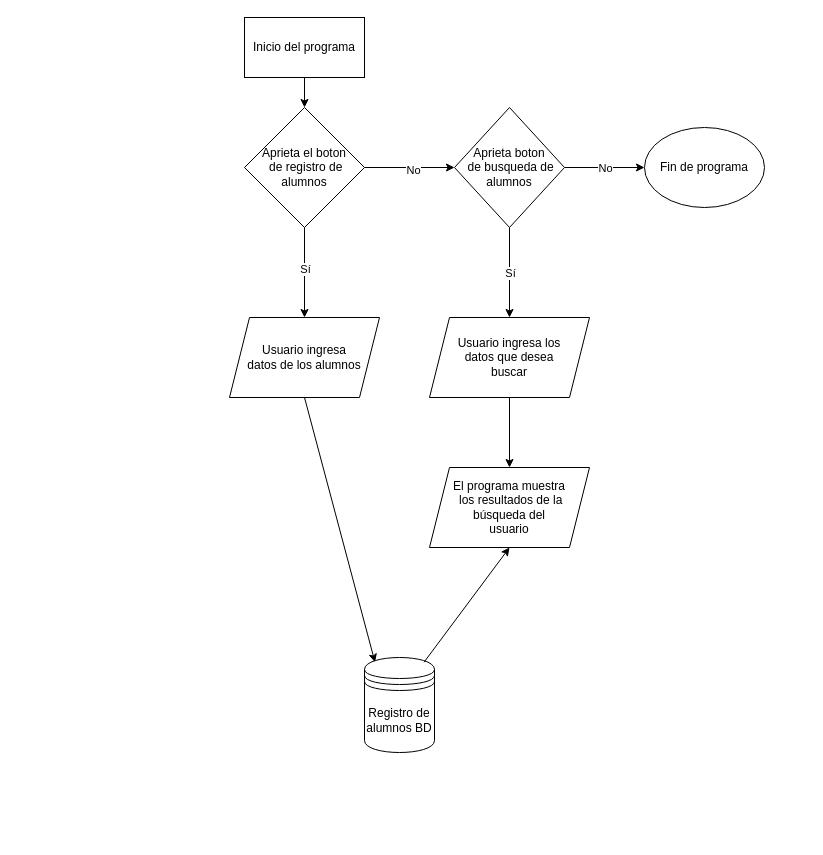
The draw.io diagram Archivos trabajo integrador/Diagrama registro de alumnos.drawio in NovalisGG/trabajoIntegrador, before the edit. Source tidied: cells renumbered, new cells numbered last; positions are measured from the earlier drawing's top-left corner, leaving out a move shared by most shapes. Both pictures are drawn from the tidied source at 100%, with x=0, y=0 at pixel (229, 17).
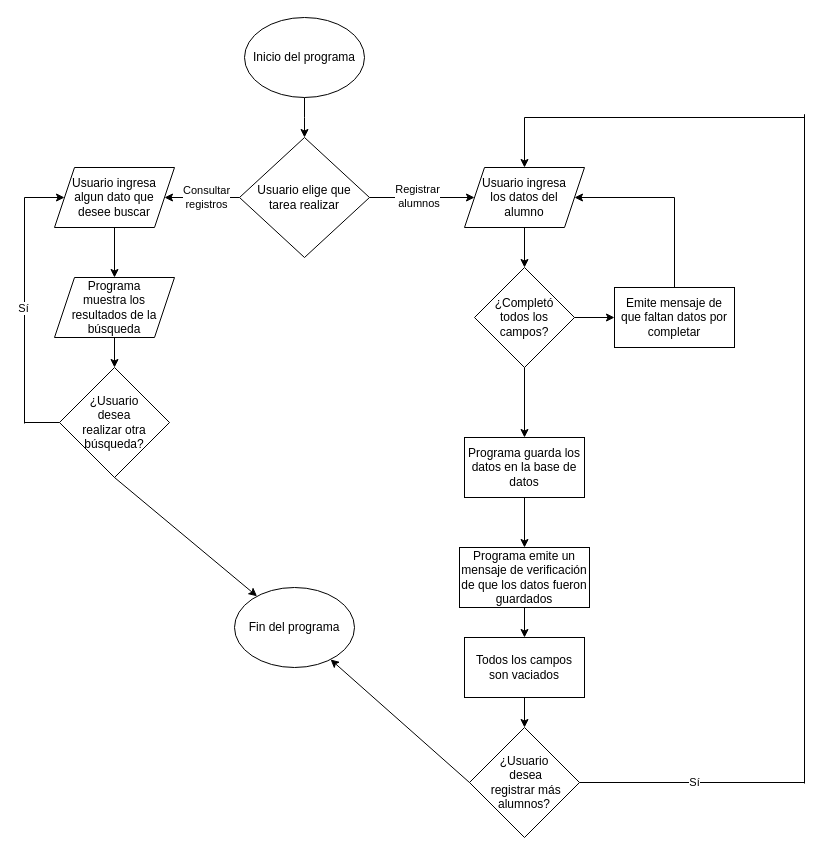
Above is the later version.

Change to the diagram source:
```diff
@@
-<mxGraphModel>
+<mxGraphModel background="#ffffff">
@@
+    <mxCell id="22" style="endArrow=none;html=1;rounded=0;" parent="1" edge="1">
+      <mxGeometry relative="1" as="geometry">
+        <mxPoint x="-205" y="406" as="sourcePoint" />
+        <mxPoint x="-205" y="180" as="targetPoint" />
+      </mxGeometry>
+    </mxCell>
-    <mxCell id="2" style="edgeStyle=orthogonalEdgeStyle;rounded=0;jettySize=auto;html=1;" parent="1" edge="1" source="3" target="6">
-      <mxGeometry relative="1" as="geometry" />
+    <mxCell id="2" style="edgeStyle=orthogonalEdgeStyle;rounded=0;jettySize=auto;html=1;" parent="1" edge="1" source="3">
+      <mxGeometry relative="1" as="geometry">
+        <mxPoint x="75" y="120" as="targetPoint" />
+      </mxGeometry>
     </mxCell>
-    <mxCell id="3" value="Inicio del programa" style="rounded=0;whiteSpace=wrap;html=1;" parent="1" vertex="1">
-      <mxGeometry x="15" width="120" height="60" as="geometry" />
+    <mxCell id="3" value="Inicio del programa" style="ellipse;whiteSpace=wrap;html=1;" parent="1" vertex="1">
+      <mxGeometry x="15" width="120" height="80" as="geometry" />
     </mxCell>
-    <mxCell id="4" style="edgeStyle=orthogonalEdgeStyle;rounded=0;jettySize=auto;html=1;" parent="1" edge="1" source="6" target="7">
-      <mxGeometry relative="1" as="geometry" />
-    </mxCell>
-    <mxCell id="5" value="No" style="edgeLabel;html=1;align=center;verticalAlign=middle;" parent="4" vertex="1">
-      <mxGeometry x="0.06" y="-2" relative="1" as="geometry" />
-    </mxCell>
-    <mxCell id="6" value="Aprieta el boton&lt;br&gt;&amp;nbsp;de registro de&lt;br&gt;alumnos" style="rhombus;whiteSpace=wrap;html=1;rounded=0;" parent="1" vertex="1">
-      <mxGeometry x="15" y="90" width="120" height="120" as="geometry" />
-    </mxCell>
-    <mxCell id="7" value="Aprieta boton&lt;br&gt;&amp;nbsp;de busqueda de alumnos" style="rhombus;whiteSpace=wrap;html=1;rounded=0;" parent="1" vertex="1">
-      <mxGeometry x="225" y="90" width="110" height="120" as="geometry" />
-    </mxCell>
-    <mxCell id="8" value="Usuario ingresa &lt;br&gt;datos de los alumnos" style="shape=parallelogram;perimeter=parallelogramPerimeter;whiteSpace=wrap;html=1;fixedSize=1;" parent="1" vertex="1">
-      <mxGeometry y="300" width="150" height="80" as="geometry" />
-    </mxCell>
-    <mxCell id="9" style="endArrow=classic;html=1;rounded=0;exitX=0.5;exitY=1;exitDx=0;exitDy=0;entryX=0.5;entryY=0;entryDx=0;entryDy=0;" parent="1" edge="1" source="6" target="8">
-      <mxGeometry relative="1" as="geometry" />
-    </mxCell>
-    <mxCell id="10" value="Sí" style="edgeLabel;html=1;align=center;verticalAlign=middle;" parent="9" vertex="1">
-      <mxGeometry x="-0.08" relative="1" as="geometry" />
-    </mxCell>
-    <mxCell id="11" value="Registro de&lt;br&gt;alumnos BD" style="shape=datastore;whiteSpace=wrap;html=1;" parent="1" vertex="1">
-      <mxGeometry x="135" y="640" width="70" height="95" as="geometry" />
-    </mxCell>
-    <mxCell id="12" style="endArrow=classic;html=1;rounded=0;exitX=0.5;exitY=1;exitDx=0;exitDy=0;entryX=0.15;entryY=0.05;entryDx=0;entryDy=0;entryPerimeter=0;" parent="1" edge="1" source="8" target="11">
-      <mxGeometry relative="1" as="geometry" />
-    </mxCell>
-    <mxCell id="13" value="Fin de programa" style="ellipse;whiteSpace=wrap;html=1;" parent="1" vertex="1">
-      <mxGeometry x="415" y="110" width="120" height="80" as="geometry" />
-    </mxCell>
-    <mxCell id="14" style="endArrow=classic;html=1;rounded=0;exitX=1;exitY=0.5;exitDx=0;exitDy=0;" parent="1" edge="1" source="7" target="13">
-      <mxGeometry relative="1" as="geometry" />
-    </mxCell>
-    <mxCell id="15" value="No" style="edgeLabel;html=1;align=center;verticalAlign=middle;" parent="14" vertex="1">
-      <mxGeometry relative="1" as="geometry" />
-    </mxCell>
-    <mxCell id="16" value="Usuario ingresa los&lt;br&gt;datos que desea&lt;br&gt;buscar" style="shape=parallelogram;perimeter=parallelogramPerimeter;whiteSpace=wrap;html=1;fixedSize=1;" parent="1" vertex="1">
-      <mxGeometry x="200" y="300" width="160" height="80" as="geometry" />
-    </mxCell>
-    <mxCell id="17" style="endArrow=classic;html=1;rounded=0;exitX=0.5;exitY=1;exitDx=0;exitDy=0;" parent="1" edge="1" source="7" target="16">
-      <mxGeometry relative="1" as="geometry" />
-    </mxCell>
-    <mxCell id="18" value="Sí" style="edgeLabel;html=1;align=center;verticalAlign=middle;" parent="17" vertex="1">
-      <mxGeometry x="0.01" relative="1" as="geometry" />
-    </mxCell>
-    <mxCell id="19" value="El programa muestra&lt;br&gt;&amp;nbsp;los resultados de la&lt;br&gt;búsqueda del&lt;br&gt;usuario" style="shape=parallelogram;perimeter=parallelogramPerimeter;whiteSpace=wrap;html=1;fixedSize=1;" parent="1" vertex="1">
-      <mxGeometry x="200" y="450" width="160" height="80" as="geometry" />
-    </mxCell>
-    <mxCell id="20" style="endArrow=classic;html=1;rounded=0;exitX=0.5;exitY=1;exitDx=0;exitDy=0;entryX=0.5;entryY=0;entryDx=0;entryDy=0;" parent="1" edge="1" source="16" target="19">
-      <mxGeometry relative="1" as="geometry" />
-    </mxCell>
-    <mxCell id="21" style="endArrow=classic;html=1;rounded=0;exitX=0.85;exitY=0.05;exitDx=0;exitDy=0;exitPerimeter=0;entryX=0.5;entryY=1;entryDx=0;entryDy=0;" parent="1" edge="1" source="11" target="19">
-      <mxGeometry relative="1" as="geometry" />
-    </mxCell>
+    <mxCell id="23" value="Usuario elige que&lt;br&gt;tarea realizar" style="rhombus;whiteSpace=wrap;html=1;" parent="1" vertex="1">
+      <mxGeometry x="10" y="120" width="130" height="120" as="geometry" />
+    </mxCell>
+    <mxCell id="24" style="endArrow=classic;html=1;rounded=0;exitX=1;exitY=0.5;exitDx=0;exitDy=0;" parent="1" edge="1" source="23">
+      <mxGeometry relative="1" as="geometry">
+        <mxPoint x="245" y="180" as="targetPoint" />
+      </mxGeometry>
+    </mxCell>
+    <mxCell id="25" value="Registrar&lt;br&gt;&amp;nbsp;alumnos" style="edgeLabel;html=1;align=center;verticalAlign=middle;" parent="24" vertex="1">
+      <mxGeometry x="-0.54" y="-1" relative="1" as="geometry">
+        <mxPoint x="23" y="-3" as="offset" />
+      </mxGeometry>
+    </mxCell>
+    <mxCell id="26" style="endArrow=classic;html=1;rounded=0;exitX=0;exitY=0.5;exitDx=0;exitDy=0;entryX=1;entryY=0.5;entryDx=0;entryDy=0;" parent="1" edge="1" source="23">
+      <mxGeometry relative="1" as="geometry">
+        <mxPoint x="-65" y="180" as="targetPoint" />
+      </mxGeometry>
+    </mxCell>
+    <mxCell id="27" value="Consultar&lt;br&gt;registros" style="edgeLabel;html=1;align=center;verticalAlign=middle;" parent="26" vertex="1">
+      <mxGeometry x="0.32" y="3" relative="1" as="geometry">
+        <mxPoint x="16" y="-4" as="offset" />
+      </mxGeometry>
+    </mxCell>
+    <mxCell id="28" value="Usuario ingresa&lt;br&gt;los datos del&lt;br&gt;alumno" style="shape=parallelogram;perimeter=parallelogramPerimeter;whiteSpace=wrap;html=1;fixedSize=1;" parent="1" vertex="1">
+      <mxGeometry x="235" y="150" width="120" height="60" as="geometry" />
+    </mxCell>
+    <mxCell id="29" value="Usuario ingresa&lt;br&gt;algun dato que&lt;br&gt;desee buscar" style="shape=parallelogram;perimeter=parallelogramPerimeter;whiteSpace=wrap;html=1;fixedSize=1;" parent="1" vertex="1">
+      <mxGeometry x="-175" y="150" width="120" height="60" as="geometry" />
+    </mxCell>
+    <mxCell id="30" value="Programa guarda los datos en la base de datos" style="rounded=0;whiteSpace=wrap;html=1;" parent="1" vertex="1">
+      <mxGeometry x="235" y="420" width="120" height="60" as="geometry" />
+    </mxCell>
+    <mxCell id="31" style="endArrow=classic;html=1;rounded=0;" parent="1" edge="1" source="28" target="36">
+      <mxGeometry relative="1" as="geometry" />
+    </mxCell>
+    <mxCell id="32" value="Programa emite un mensaje de verificación de que los datos fueron guardados" style="rounded=0;whiteSpace=wrap;html=1;" parent="1" vertex="1">
+      <mxGeometry x="230" y="530" width="130" height="60" as="geometry" />
+    </mxCell>
+    <mxCell id="33" style="endArrow=classic;html=1;rounded=0;" parent="1" edge="1" source="30" target="32">
+      <mxGeometry relative="1" as="geometry" />
+    </mxCell>
+    <mxCell id="34" value="Programa&lt;br&gt;muestra los&lt;br&gt;resultados de la&lt;br&gt;búsqueda" style="shape=parallelogram;perimeter=parallelogramPerimeter;whiteSpace=wrap;html=1;fixedSize=1;" parent="1" vertex="1">
+      <mxGeometry x="-175" y="260" width="120" height="60" as="geometry" />
+    </mxCell>
+    <mxCell id="35" style="endArrow=classic;html=1;rounded=0;" parent="1" edge="1" source="29" target="34">
+      <mxGeometry relative="1" as="geometry" />
+    </mxCell>
+    <mxCell id="36" value="¿Completó &lt;br&gt;todos los campos?" style="rhombus;whiteSpace=wrap;html=1;" parent="1" vertex="1">
+      <mxGeometry x="245" y="250" width="100" height="100" as="geometry" />
+    </mxCell>
+    <mxCell id="37" style="endArrow=classic;html=1;rounded=0;" parent="1" edge="1" source="36" target="30">
+      <mxGeometry relative="1" as="geometry" />
+    </mxCell>
+    <mxCell id="38" style="endArrow=classic;html=1;rounded=0;exitX=1;exitY=0.5;exitDx=0;exitDy=0;entryX=0;entryY=0.5;entryDx=0;entryDy=0;" parent="1" edge="1" source="36" target="39">
+      <mxGeometry relative="1" as="geometry" />
+    </mxCell>
+    <mxCell id="39" value="Emite mensaje de que faltan datos por completar" style="rounded=0;whiteSpace=wrap;html=1;" parent="1" vertex="1">
+      <mxGeometry x="385" y="270" width="120" height="60" as="geometry" />
+    </mxCell>
+    <mxCell id="40" style="endArrow=none;html=1;rounded=0;" parent="1" edge="1">
+      <mxGeometry relative="1" as="geometry">
+        <mxPoint x="445" y="270" as="sourcePoint" />
+        <mxPoint x="445" y="180" as="targetPoint" />
+      </mxGeometry>
+    </mxCell>
+    <mxCell id="41" style="endArrow=classic;html=1;rounded=0;entryX=1;entryY=0.5;entryDx=0;entryDy=0;" parent="1" edge="1" target="28">
+      <mxGeometry relative="1" as="geometry">
+        <mxPoint x="445" y="180" as="sourcePoint" />
+      </mxGeometry>
+    </mxCell>
+    <mxCell id="42" value="Todos los campos son vaciados" style="rounded=0;whiteSpace=wrap;html=1;" parent="1" vertex="1">
+      <mxGeometry x="235" y="620" width="120" height="60" as="geometry" />
+    </mxCell>
+    <mxCell id="43" value="¿Usuario&lt;br&gt;&amp;nbsp;desea&lt;br&gt;&amp;nbsp;registrar&amp;nbsp;más alumnos?" style="rhombus;whiteSpace=wrap;html=1;" parent="1" vertex="1">
+      <mxGeometry x="240" y="710" width="110" height="110" as="geometry" />
+    </mxCell>
+    <mxCell id="44" value="¿Usuario&lt;br&gt;desea&lt;br&gt;realizar otra&lt;br&gt;búsqueda?" style="rhombus;whiteSpace=wrap;html=1;" parent="1" vertex="1">
+      <mxGeometry x="-170" y="350" width="110" height="110" as="geometry" />
+    </mxCell>
+    <mxCell id="45" style="endArrow=classic;html=1;rounded=0;" parent="1" edge="1" source="34" target="44">
+      <mxGeometry relative="1" as="geometry" />
+    </mxCell>
+    <mxCell id="46" style="endArrow=none;html=1;rounded=0;exitX=0;exitY=0.5;exitDx=0;exitDy=0;" parent="1" edge="1" source="44">
+      <mxGeometry relative="1" as="geometry">
+        <mxPoint x="-205" y="405" as="targetPoint" />
+      </mxGeometry>
+    </mxCell>
+    <mxCell id="47" value="Sí" style="edgeLabel;html=1;align=center;verticalAlign=middle;" parent="46" vertex="1">
+      <mxGeometry x="0.26" relative="1" as="geometry">
+        <mxPoint x="-15" y="-115" as="offset" />
+      </mxGeometry>
+    </mxCell>
+    <mxCell id="48" style="endArrow=classic;html=1;rounded=0;entryX=0;entryY=0.5;entryDx=0;entryDy=0;" parent="1" edge="1" target="29">
+      <mxGeometry relative="1" as="geometry">
+        <mxPoint x="-205" y="180" as="sourcePoint" />
+      </mxGeometry>
+    </mxCell>
+    <mxCell id="49" style="endArrow=classic;html=1;rounded=0;" parent="1" edge="1" source="32" target="42">
+      <mxGeometry relative="1" as="geometry" />
+    </mxCell>
+    <mxCell id="50" style="endArrow=classic;html=1;rounded=0;" parent="1" edge="1" source="42" target="43">
+      <mxGeometry relative="1" as="geometry" />
+    </mxCell>
+    <mxCell id="51" style="endArrow=none;html=1;rounded=0;exitX=1;exitY=0.5;exitDx=0;exitDy=0;" parent="1" edge="1" source="43">
+      <mxGeometry relative="1" as="geometry">
+        <mxPoint x="575" y="765" as="targetPoint" />
+      </mxGeometry>
+    </mxCell>
+    <mxCell id="52" value="Sí" style="edgeLabel;html=1;align=center;verticalAlign=middle;" parent="51" vertex="1">
+      <mxGeometry x="0.01" y="1" relative="1" as="geometry" />
+    </mxCell>
+    <mxCell id="53" style="endArrow=none;html=1;rounded=0;" parent="1" edge="1">
+      <mxGeometry relative="1" as="geometry">
+        <mxPoint x="575" y="766" as="sourcePoint" />
+        <mxPoint x="575" y="96.7" as="targetPoint" />
+      </mxGeometry>
+    </mxCell>
+    <mxCell id="54" style="endArrow=none;html=1;rounded=0;" parent="1" edge="1">
+      <mxGeometry relative="1" as="geometry">
+        <mxPoint x="295" y="100" as="sourcePoint" />
+        <mxPoint x="575" y="100" as="targetPoint" />
+      </mxGeometry>
+    </mxCell>
+    <mxCell id="55" style="endArrow=classic;html=1;rounded=0;entryX=0.5;entryY=0;entryDx=0;entryDy=0;" parent="1" edge="1" target="28">
+      <mxGeometry relative="1" as="geometry">
+        <mxPoint x="295" y="100" as="sourcePoint" />
+      </mxGeometry>
+    </mxCell>
+    <mxCell id="56" value="Fin del programa" style="ellipse;whiteSpace=wrap;html=1;" parent="1" vertex="1">
+      <mxGeometry x="5" y="570" width="120" height="80" as="geometry" />
+    </mxCell>
+    <mxCell id="57" style="endArrow=classic;html=1;rounded=0;exitX=0.5;exitY=1;exitDx=0;exitDy=0;" parent="1" edge="1" source="44" target="56">
+      <mxGeometry relative="1" as="geometry" />
+    </mxCell>
+    <mxCell id="58" style="endArrow=classic;html=1;rounded=0;exitX=0;exitY=0.5;exitDx=0;exitDy=0;" parent="1" edge="1" source="43" target="56">
+      <mxGeometry relative="1" as="geometry" />
+    </mxCell>
```
